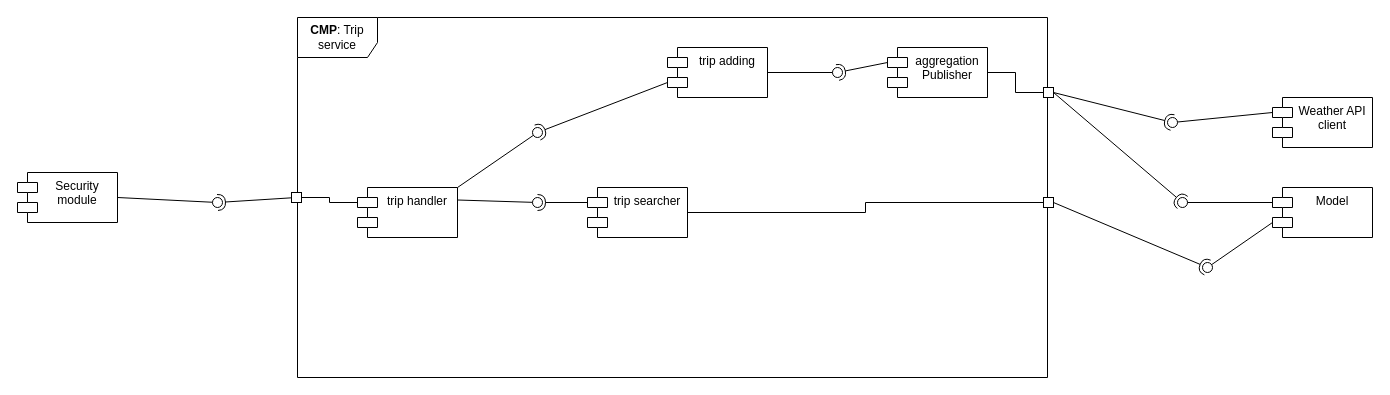
This is page "Trip_detailed_view" (5 of 7) of DD/LaTeXCode/images/drawio/Component_diagram.drawio from jacopobellosi/Bellosi-Montanelli-Tempobono, a draw.io file, before an edit. Source tidied: cells renumbered, new cells numbered last; positions are measured from the earlier drawing's top-left corner, leaving out a move shared by most shapes. Both pictures are drawn from the tidied source at 100%, with x=0, y=0 at pixel (17, 17).
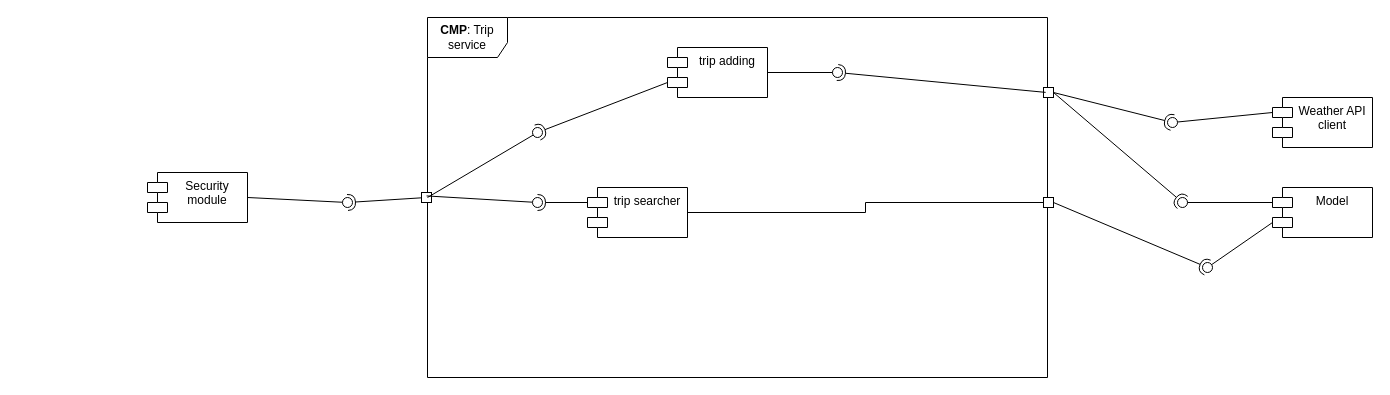
Above is the later version.

The change refers to these unchanged cells:
```xml
<mxCell id="16" style="ellipse;whiteSpace=wrap;html=1;align=center;fillColor=none;strokeColor=none;perimeter=centerPerimeter;points=[];outlineConnect=1;" parent="1" vertex="1">
  <mxGeometry x="515" y="110" width="10" height="10" as="geometry" />
</mxCell>
<mxCell id="19" style="ellipse;whiteSpace=wrap;html=1;align=center;fillColor=none;strokeColor=none;perimeter=centerPerimeter;points=[];outlineConnect=1;" parent="1" vertex="1">
  <mxGeometry x="515" y="180" width="10" height="10" as="geometry" />
</mxCell>
<mxCell id="27" style="rounded=0;whiteSpace=wrap;html=1;" parent="1" vertex="1">
  <mxGeometry x="1026" y="70" width="10" height="10" as="geometry" />
</mxCell>
<mxCell id="40" style="ellipse;whiteSpace=wrap;html=1;align=center;fillColor=none;strokeColor=none;perimeter=centerPerimeter;points=[];outlineConnect=1;" parent="1" vertex="1">
  <mxGeometry x="815" y="50" width="10" height="10" as="geometry" />
</mxCell>
```

The edit, as a diff of the source:
```diff
@@
     <mxCell id="2" value="&lt;b&gt;CMP&lt;/b&gt;: Trip service" style="shape=umlFrame;whiteSpace=wrap;html=1;width=80;height=40;" parent="1" vertex="1">
-      <mxGeometry x="280" width="750" height="360" as="geometry" />
+      <mxGeometry x="410" width="620" height="360" as="geometry" />
     </mxCell>
-    <mxCell id="3" style="edgeStyle=orthogonalEdgeStyle;rounded=0;jettySize=auto;html=1;endArrow=none;endFill=0;entryX=0;entryY=0.5;entryDx=0;entryDy=0;" parent="1" edge="1" source="37" target="27">
-      <mxGeometry relative="1" as="geometry" />
-    </mxCell>
@@
-    <mxCell id="7" value="trip&amp;nbsp;handler" style="shape=module;align=left;spacingLeft=20;align=center;verticalAlign=top;whiteSpace=wrap;html=1;" parent="1" vertex="1">
-      <mxGeometry x="340" y="170" width="100" height="50" as="geometry" />
-    </mxCell>
     <mxCell id="8" value="Security&lt;br&gt;module" style="shape=module;align=left;spacingLeft=20;align=center;verticalAlign=top;whiteSpace=wrap;html=1;" parent="1" vertex="1">
-      <mxGeometry y="155" width="100" height="50" as="geometry" />
+      <mxGeometry x="130" y="155" width="100" height="50" as="geometry" />
     </mxCell>
@@
     <mxCell id="11" style="ellipse;whiteSpace=wrap;html=1;align=center;fillColor=none;strokeColor=none;perimeter=centerPerimeter;points=[];outlineConnect=1;" parent="1" vertex="1">
-      <mxGeometry x="195" y="180" width="10" height="10" as="geometry" />
+      <mxGeometry x="325" y="180" width="10" height="10" as="geometry" />
     </mxCell>
     <mxCell id="12" style="rounded=0;whiteSpace=wrap;html=1;" parent="1" vertex="1">
-      <mxGeometry x="274" y="175" width="10" height="10" as="geometry" />
+      <mxGeometry x="404" y="175" width="10" height="10" as="geometry" />
     </mxCell>
-    <mxCell id="13" style="edgeStyle=orthogonalEdgeStyle;rounded=0;jettySize=auto;html=1;entryX=0;entryY=0;entryDx=0;entryDy=15;entryPerimeter=0;endArrow=none;endFill=0;" parent="1" edge="1" source="12" target="7">
-      <mxGeometry relative="1" as="geometry" />
-    </mxCell>
@@
-    <mxCell id="15" style="rounded=0;jettySize=auto;html=1;endArrow=oval;endFill=0;sketch=0;sourcePerimeterSpacing=0;targetPerimeterSpacing=0;endSize=10;exitX=1;exitY=0;exitDx=0;exitDy=0;" parent="1" edge="1" source="7" target="16">
-      <mxGeometry relative="1" as="geometry" />
+    <mxCell id="15" style="rounded=0;jettySize=auto;html=1;endArrow=oval;endFill=0;sketch=0;sourcePerimeterSpacing=0;targetPerimeterSpacing=0;endSize=10;" parent="1" edge="1" target="16">
+      <mxGeometry relative="1" as="geometry">
+        <mxPoint x="410" y="180" as="sourcePoint" />
+      </mxGeometry>
     </mxCell>
@@
-    <mxCell id="18" style="rounded=0;jettySize=auto;html=1;endArrow=oval;endFill=0;sketch=0;sourcePerimeterSpacing=0;targetPerimeterSpacing=0;endSize=10;exitX=1;exitY=0.25;exitDx=0;exitDy=0;" parent="1" edge="1" source="7" target="19">
+    <mxCell id="18" style="rounded=0;jettySize=auto;html=1;endArrow=oval;endFill=0;sketch=0;sourcePerimeterSpacing=0;targetPerimeterSpacing=0;endSize=10;exitX=0.51;exitY=0.343;exitDx=0;exitDy=0;exitPerimeter=0;" parent="1" edge="1" source="12" target="19">
       <mxGeometry relative="1" as="geometry" />
     </mxCell>
@@
-    <mxCell id="37" value="aggregation&lt;br&gt;Publisher" style="shape=module;align=left;spacingLeft=20;align=center;verticalAlign=top;whiteSpace=wrap;html=1;" parent="1" vertex="1">
-      <mxGeometry x="870" y="30" width="100" height="50" as="geometry" />
-    </mxCell>
-    <mxCell id="38" style="rounded=0;jettySize=auto;html=1;endArrow=halfCircle;endFill=0;endSize=6;strokeWidth=1;sketch=0;exitX=0;exitY=0;exitDx=0;exitDy=15;exitPerimeter=0;" parent="1" edge="1" source="37" target="40">
+    <mxCell id="38" style="rounded=0;jettySize=auto;html=1;endArrow=halfCircle;endFill=0;endSize=6;strokeWidth=1;sketch=0;exitX=0.997;exitY=0.208;exitDx=0;exitDy=0;exitPerimeter=0;" parent="1" edge="1" source="2" target="40">
       <mxGeometry relative="1" as="geometry" />
     </mxCell>
```
